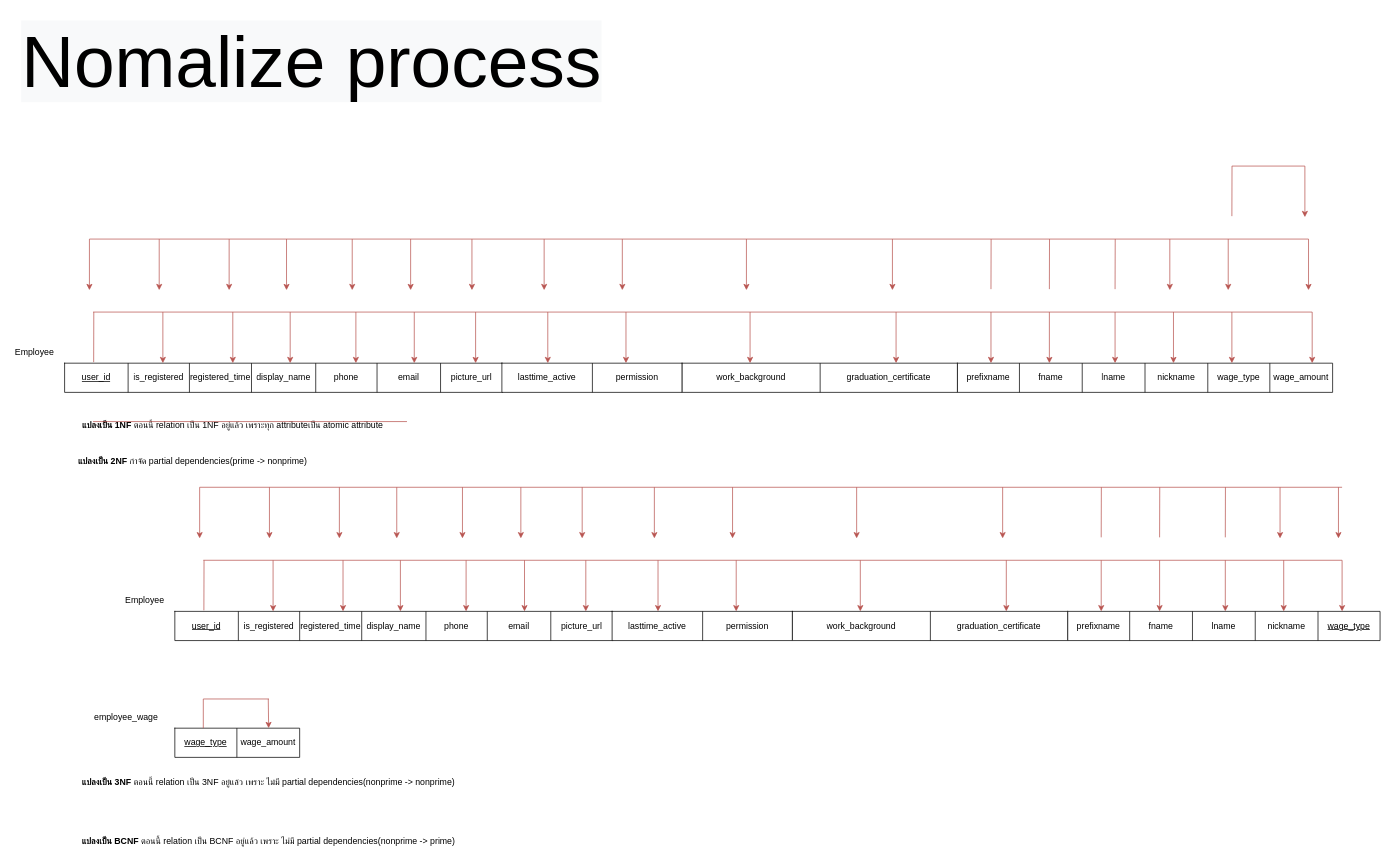
Before: page "Page-5" (2 of 3) of normalize.drawio in jarawin/carcare, a draw.io diagram. Source tidied: cells renumbered, new cells numbered last; positions are measured from the earlier drawing's top-left corner, leaving out a move shared by most shapes. Both pictures are drawn from the tidied source at 73%, with x=0, y=0 at pixel (12, 12).
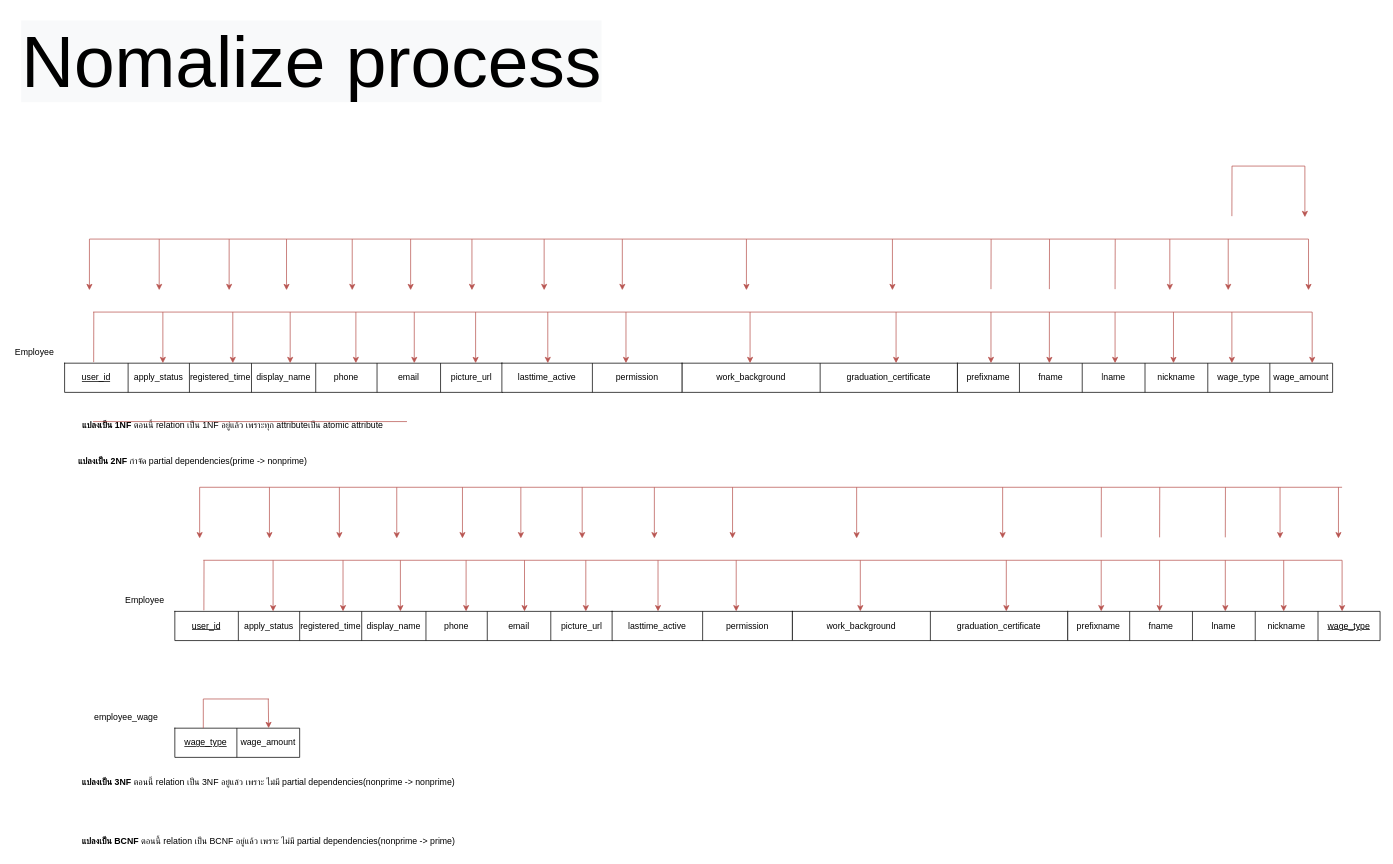
The same diagram, later.

The change refers to these unchanged cells:
```xml
<mxCell id="8" style="shape=tableRow;horizontal=0;startSize=0;swimlaneHead=0;swimlaneBody=0;top=0;left=0;bottom=0;right=0;fillColor=none;strokeColor=default;fontFamily=Helvetica;fontSize=12;fontColor=default;html=1;" parent="7" vertex="1">
  <mxGeometry width="600" height="40" as="geometry" />
</mxCell>
<mxCell id="74" style="shape=tableRow;horizontal=0;startSize=0;swimlaneHead=0;swimlaneBody=0;top=0;left=0;bottom=0;right=0;fillColor=none;strokeColor=default;fontFamily=Helvetica;fontSize=12;fontColor=default;html=1;" parent="73" vertex="1">
  <mxGeometry width="600" height="40" as="geometry" />
</mxCell>
```

Change to the diagram source:
```diff
@@
-    <mxCell id="10" value="&lt;span style=&quot;line-height: 106%; font-family: Helvetica, sans-serif; background-image: initial; background-position: initial; background-size: initial; background-repeat: initial; background-attachment: initial; background-origin: initial; background-clip: initial;&quot;&gt;&lt;font style=&quot;font-size: 12px;&quot;&gt;is_registered&lt;/font&gt;&lt;/span&gt;" style="shape=partialRectangle;html=1;whiteSpace=wrap;overflow=hidden;fillColor=none;top=0;left=0;bottom=0;right=0;strokeColor=default;fontFamily=Helvetica;fontSize=12;fontColor=default;startSize=0;" parent="8" vertex="1">
+    <mxCell id="10" value="apply_status" style="shape=partialRectangle;html=1;whiteSpace=wrap;overflow=hidden;fillColor=none;top=0;left=0;bottom=0;right=0;strokeColor=default;fontFamily=Helvetica;fontSize=12;fontColor=default;startSize=0;" parent="8" vertex="1">
       <mxGeometry x="87" width="84" height="40" as="geometry" />
     </mxCell>
@@
-    <mxCell id="76" value="&lt;span style=&quot;line-height: 106%; font-family: Helvetica, sans-serif; background-image: initial; background-position: initial; background-size: initial; background-repeat: initial; background-attachment: initial; background-origin: initial; background-clip: initial;&quot;&gt;&lt;font style=&quot;font-size: 12px;&quot;&gt;is_registered&lt;/font&gt;&lt;/span&gt;" style="shape=partialRectangle;html=1;whiteSpace=wrap;overflow=hidden;fillColor=none;top=0;left=0;bottom=0;right=0;strokeColor=default;fontFamily=Helvetica;fontSize=12;fontColor=default;startSize=0;" parent="74" vertex="1">
+    <mxCell id="76" value="apply_status" style="shape=partialRectangle;html=1;whiteSpace=wrap;overflow=hidden;fillColor=none;top=0;left=0;bottom=0;right=0;strokeColor=default;fontFamily=Helvetica;fontSize=12;fontColor=default;startSize=0;" parent="74" vertex="1">
       <mxGeometry x="87" width="84" height="40" as="geometry" />
     </mxCell>
```
